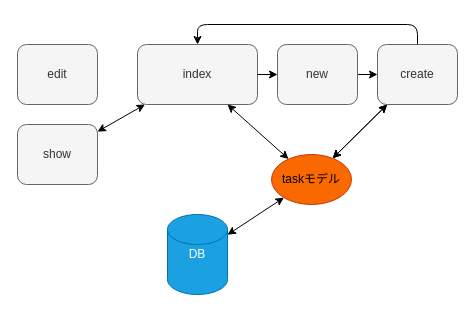
The draw.io diagram docs/test.drawio in mirai1221/Task-management-system, before the edit. Source tidied: cells renumbered, new cells numbered last; positions are measured from the earlier drawing's top-left corner, leaving out a move shared by most shapes. Both pictures are drawn from the tidied source at 100%, with x=0, y=0 at pixel (17, 44).
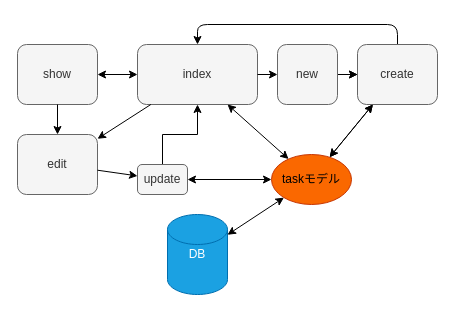
The same page after the edit.

Unchanged cells that the change refers to:
```xml
<mxCell id="2" value="index" style="whiteSpace=wrap;html=1;labelBackgroundColor=none;rounded=1;fillColor=#f5f5f5;strokeColor=#666666;fontColor=#333333;" parent="1" vertex="1">
  <mxGeometry x="120" width="120" height="60" as="geometry" />
</mxCell>
<mxCell id="12" value="&lt;font color=&quot;#000000&quot;&gt;taskモデル&lt;/font&gt;" style="ellipse;whiteSpace=wrap;html=1;rounded=1;fillColor=#fa6800;strokeColor=#C73500;fontColor=#ffffff;" parent="1" vertex="1">
  <mxGeometry x="254" y="110" width="80" height="50" as="geometry" />
</mxCell>
```

Change to the diagram source:
```diff
@@
     <mxCell id="3" value="show" style="whiteSpace=wrap;html=1;rounded=1;fillColor=#f5f5f5;strokeColor=#666666;fontColor=#333333;" parent="1" vertex="1">
-      <mxGeometry y="80" width="80" height="60" as="geometry" />
+      <mxGeometry width="80" height="60" as="geometry" />
     </mxCell>
     <mxCell id="4" value="edit" style="whiteSpace=wrap;html=1;rounded=1;fillColor=#f5f5f5;strokeColor=#666666;fontColor=#333333;" parent="1" vertex="1">
-      <mxGeometry width="80" height="60" as="geometry" />
+      <mxGeometry y="90" width="80" height="60" as="geometry" />
     </mxCell>
@@
+    <mxCell id="17" style="edgeStyle=orthogonalEdgeStyle;rounded=0;jettySize=auto;html=1;exitX=1;exitY=0.5;exitDx=0;exitDy=0;fontColor=#FFFFFF;" parent="1" edge="1" source="6" target="10">
+      <mxGeometry relative="1" as="geometry" />
+    </mxCell>
     <mxCell id="6" value="new" style="whiteSpace=wrap;html=1;rounded=1;fillColor=#f5f5f5;strokeColor=#666666;fontColor=#333333;" parent="1" vertex="1">
-      <mxGeometry x="260" width="80" height="60" as="geometry" />
+      <mxGeometry x="260" width="60" height="60" as="geometry" />
     </mxCell>
@@
     <mxCell id="10" value="create" style="whiteSpace=wrap;html=1;rounded=1;fontColor=#333333;labelBackgroundColor=none;fillColor=#f5f5f5;strokeColor=#666666;" parent="1" vertex="1">
-      <mxGeometry x="360" width="80" height="60" as="geometry" />
+      <mxGeometry x="340" width="80" height="60" as="geometry" />
     </mxCell>
@@
+    <mxCell id="18" style="endArrow=classic;html=1;fontColor=#FFFFFF;" parent="1" edge="1" source="2" target="4">
+      <mxGeometry relative="1" as="geometry" />
+    </mxCell>
+    <mxCell id="19" style="edgeStyle=orthogonalEdgeStyle;rounded=0;jettySize=auto;html=1;fontColor=#FFFFFF;" parent="1" edge="1" source="20" target="2">
+      <mxGeometry relative="1" as="geometry" />
+    </mxCell>
+    <mxCell id="20" value="update" style="whiteSpace=wrap;html=1;rounded=1;fillColor=#f5f5f5;strokeColor=#666666;fontColor=#333333;" parent="1" vertex="1">
+      <mxGeometry x="120" y="120" width="50" height="30" as="geometry" />
+    </mxCell>
+    <mxCell id="21" style="endArrow=classic;html=1;fontColor=#FFFFFF;" parent="1" edge="1" source="3" target="4">
+      <mxGeometry relative="1" as="geometry" />
+    </mxCell>
+    <mxCell id="22" style="endArrow=classic;html=1;fontColor=#FFFFFF;" parent="1" edge="1" source="4" target="20">
+      <mxGeometry relative="1" as="geometry" />
+    </mxCell>
+    <mxCell id="23" style="endArrow=classic;startArrow=classic;html=1;fontColor=#FFFFFF;exitX=1;exitY=0.5;exitDx=0;exitDy=0;entryX=0;entryY=0.5;entryDx=0;entryDy=0;" parent="1" edge="1" source="20" target="12">
+      <mxGeometry relative="1" as="geometry" />
+    </mxCell>
```
